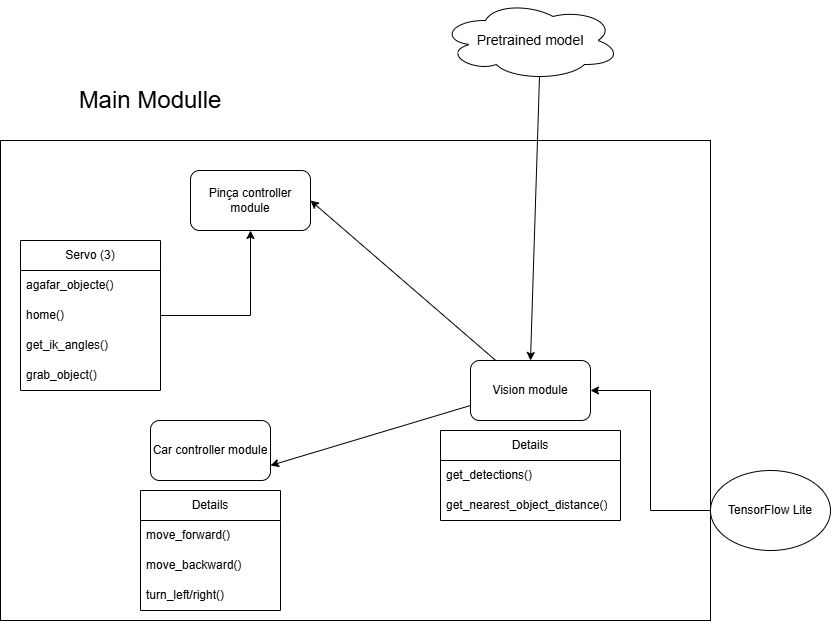
Earlier version of the draw.io export documents/Esquema_Moduls_Software.png (mPeskov23/Tentacar). Source tidied: cells renumbered, new cells last; positions are measured from the earlier drawing's top-left corner, leaving out a move shared by most shapes. The source it was exported from:
```xml
<mxGraphModel>
  <root>
    <mxCell id="0" />
    <mxCell id="1" parent="0" />
    <mxCell id="2" style="rounded=0;whiteSpace=wrap;html=1;" parent="1" vertex="1">
      <mxGeometry y="140" width="710" height="480" as="geometry" />
    </mxCell>
    <mxCell id="3" value="Car controller module" style="rounded=1;whiteSpace=wrap;html=1;" parent="1" vertex="1">
      <mxGeometry x="150" y="420" width="120" height="60" as="geometry" />
    </mxCell>
    <mxCell id="4" value="Vision module" style="rounded=1;whiteSpace=wrap;html=1;" parent="1" vertex="1">
      <mxGeometry x="470" y="360" width="120" height="60" as="geometry" />
    </mxCell>
    <mxCell id="5" value="&lt;font style=&quot;font-size: 14px;&quot;&gt;Pretrained model&lt;/font&gt;" style="ellipse;shape=cloud;whiteSpace=wrap;html=1;" parent="1" vertex="1">
      <mxGeometry x="440" width="180" height="80" as="geometry" />
    </mxCell>
    <mxCell id="6" style="endArrow=classic;html=1;rounded=0;exitX=0.55;exitY=0.95;exitDx=0;exitDy=0;exitPerimeter=0;entryX=0.5;entryY=0;entryDx=0;entryDy=0;" parent="1" edge="1" source="5" target="4">
      <mxGeometry relative="1" as="geometry" />
    </mxCell>
    <mxCell id="7" value="Pinça controller module" style="rounded=1;whiteSpace=wrap;html=1;" parent="1" vertex="1">
      <mxGeometry x="190" y="170" width="120" height="60" as="geometry" />
    </mxCell>
    <mxCell id="8" style="endArrow=classic;html=1;rounded=0;entryX=1;entryY=0.5;entryDx=0;entryDy=0;" parent="1" edge="1" source="4" target="7">
      <mxGeometry relative="1" as="geometry" />
    </mxCell>
    <mxCell id="9" style="endArrow=classic;html=1;rounded=0;entryX=1;entryY=0.75;entryDx=0;entryDy=0;exitX=0;exitY=0.75;exitDx=0;exitDy=0;" parent="1" edge="1" source="4" target="3">
      <mxGeometry relative="1" as="geometry" />
    </mxCell>
    <mxCell id="10" style="edgeStyle=orthogonalEdgeStyle;rounded=0;jettySize=auto;html=1;" parent="1" edge="1" source="11" target="7">
      <mxGeometry relative="1" as="geometry" />
    </mxCell>
    <mxCell id="11" value="Servo (3)" style="swimlane;fontStyle=0;horizontal=1;startSize=30;whiteSpace=wrap;html=1;" parent="1" vertex="1">
      <mxGeometry x="20" y="240" width="140" height="150" as="geometry" />
    </mxCell>
    <mxCell id="12" value="agafar_objecte()" style="text;strokeColor=none;fillColor=none;align=left;verticalAlign=middle;spacingLeft=4;spacingRight=4;overflow=hidden;whiteSpace=wrap;html=1;" parent="11" vertex="1">
      <mxGeometry y="30" width="140" height="30" as="geometry" />
    </mxCell>
    <mxCell id="13" value="home()" style="text;strokeColor=none;fillColor=none;align=left;verticalAlign=middle;spacingLeft=4;spacingRight=4;overflow=hidden;whiteSpace=wrap;html=1;" parent="11" vertex="1">
      <mxGeometry y="60" width="140" height="30" as="geometry" />
    </mxCell>
    <mxCell id="14" value="get_ik_angles()" style="text;strokeColor=none;fillColor=none;align=left;verticalAlign=middle;spacingLeft=4;spacingRight=4;overflow=hidden;whiteSpace=wrap;html=1;" parent="11" vertex="1">
      <mxGeometry y="90" width="140" height="30" as="geometry" />
    </mxCell>
    <mxCell id="15" value="grab_object()" style="text;strokeColor=none;fillColor=none;align=left;verticalAlign=middle;spacingLeft=4;spacingRight=4;overflow=hidden;whiteSpace=wrap;html=1;" parent="11" vertex="1">
      <mxGeometry y="120" width="140" height="30" as="geometry" />
    </mxCell>
    <mxCell id="16" value="Details" style="swimlane;fontStyle=0;horizontal=1;startSize=30;whiteSpace=wrap;html=1;" parent="1" vertex="1">
      <mxGeometry x="140" y="490" width="140" height="120" as="geometry" />
    </mxCell>
    <mxCell id="17" value="move_forward()" style="text;strokeColor=none;fillColor=none;align=left;verticalAlign=middle;spacingLeft=4;spacingRight=4;overflow=hidden;whiteSpace=wrap;html=1;" parent="16" vertex="1">
      <mxGeometry y="30" width="140" height="30" as="geometry" />
    </mxCell>
    <mxCell id="18" value="move_backward()" style="text;strokeColor=none;fillColor=none;align=left;verticalAlign=middle;spacingLeft=4;spacingRight=4;overflow=hidden;whiteSpace=wrap;html=1;" parent="16" vertex="1">
      <mxGeometry y="60" width="140" height="30" as="geometry" />
    </mxCell>
    <mxCell id="19" value="turn_left/right()" style="text;strokeColor=none;fillColor=none;align=left;verticalAlign=middle;spacingLeft=4;spacingRight=4;overflow=hidden;whiteSpace=wrap;html=1;" parent="16" vertex="1">
      <mxGeometry y="90" width="140" height="30" as="geometry" />
    </mxCell>
    <mxCell id="20" style="edgeStyle=orthogonalEdgeStyle;rounded=0;jettySize=auto;html=1;entryX=1;entryY=0.5;entryDx=0;entryDy=0;" parent="1" edge="1" source="21" target="4">
      <mxGeometry relative="1" as="geometry" />
    </mxCell>
    <mxCell id="21" value="TensorFlow Lite" style="ellipse;whiteSpace=wrap;html=1;" parent="1" vertex="1">
      <mxGeometry x="710" y="470" width="120" height="80" as="geometry" />
    </mxCell>
    <mxCell id="22" value="&lt;font style=&quot;font-size: 24px;&quot;&gt;Main Modulle&lt;/font&gt;" style="text;html=1;align=center;verticalAlign=middle;whiteSpace=wrap;rounded=0;" parent="1" vertex="1">
      <mxGeometry y="60" width="300" height="80" as="geometry" />
    </mxCell>
    <mxCell id="23" value="Details" style="swimlane;fontStyle=0;horizontal=1;startSize=30;whiteSpace=wrap;html=1;" parent="1" vertex="1">
      <mxGeometry x="440" y="430" width="180" height="90" as="geometry" />
    </mxCell>
    <mxCell id="24" value="get_detections()" style="text;strokeColor=none;fillColor=none;align=left;verticalAlign=middle;spacingLeft=4;spacingRight=4;overflow=hidden;whiteSpace=wrap;html=1;" parent="23" vertex="1">
      <mxGeometry y="30" width="180" height="30" as="geometry" />
    </mxCell>
    <mxCell id="25" value="get_nearest_object_distance()" style="text;strokeColor=none;fillColor=none;align=left;verticalAlign=middle;spacingLeft=4;spacingRight=4;overflow=hidden;whiteSpace=wrap;html=1;" parent="23" vertex="1">
      <mxGeometry y="60" width="180" height="30" as="geometry" />
    </mxCell>
  </root>
</mxGraphModel>
```
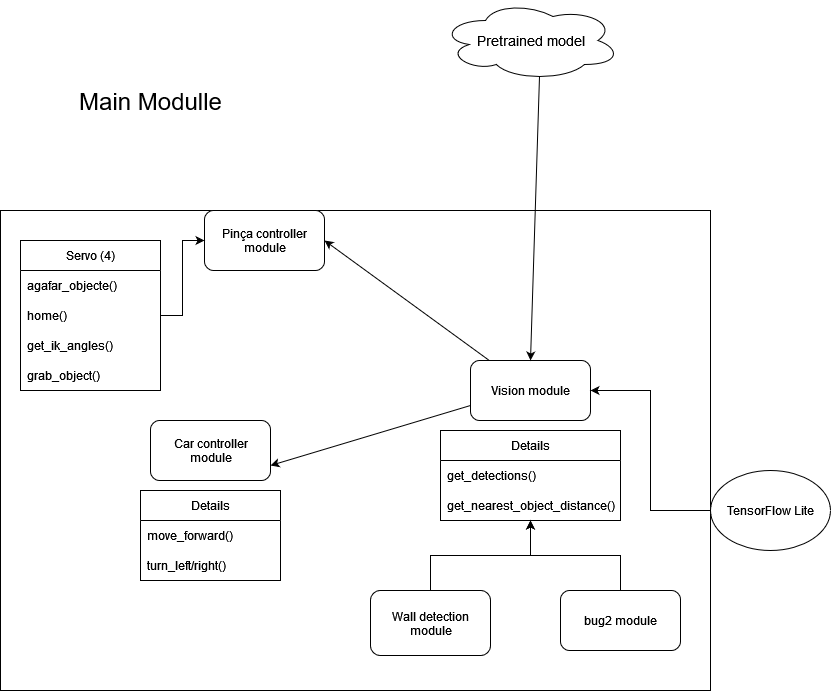
After the change.

Commit message:
software scheme update

What changed in the source:
```diff
@@ -3,7 +3,7 @@
     <mxCell id="0" />
     <mxCell id="1" parent="0" />
     <mxCell id="2" style="rounded=0;whiteSpace=wrap;html=1;" parent="1" vertex="1">
-      <mxGeometry y="140" width="710" height="480" as="geometry" />
+      <mxGeometry y="210" width="710" height="480" as="geometry" />
     </mxCell>
     <mxCell id="3" value="Car controller module" style="rounded=1;whiteSpace=wrap;html=1;" parent="1" vertex="1">
       <mxGeometry x="150" y="420" width="120" height="60" as="geometry" />
@@ -18,7 +18,7 @@
       <mxGeometry relative="1" as="geometry" />
     </mxCell>
     <mxCell id="7" value="Pinça controller module" style="rounded=1;whiteSpace=wrap;html=1;" parent="1" vertex="1">
-      <mxGeometry x="190" y="170" width="120" height="60" as="geometry" />
+      <mxGeometry x="204" y="210" width="120" height="60" as="geometry" />
     </mxCell>
     <mxCell id="8" style="endArrow=classic;html=1;rounded=0;entryX=1;entryY=0.5;entryDx=0;entryDy=0;" parent="1" edge="1" source="4" target="7">
       <mxGeometry relative="1" as="geometry" />
@@ -29,7 +29,7 @@
     <mxCell id="10" style="edgeStyle=orthogonalEdgeStyle;rounded=0;jettySize=auto;html=1;" parent="1" edge="1" source="11" target="7">
       <mxGeometry relative="1" as="geometry" />
     </mxCell>
-    <mxCell id="11" value="Servo (3)" style="swimlane;fontStyle=0;horizontal=1;startSize=30;whiteSpace=wrap;html=1;" parent="1" vertex="1">
+    <mxCell id="11" value="Servo (4)" style="swimlane;fontStyle=0;horizontal=1;startSize=30;whiteSpace=wrap;html=1;" parent="1" vertex="1">
       <mxGeometry x="20" y="240" width="140" height="150" as="geometry" />
     </mxCell>
     <mxCell id="12" value="agafar_objecte()" style="text;strokeColor=none;fillColor=none;align=left;verticalAlign=middle;spacingLeft=4;spacingRight=4;overflow=hidden;whiteSpace=wrap;html=1;" parent="11" vertex="1">
@@ -45,16 +45,13 @@
       <mxGeometry y="120" width="140" height="30" as="geometry" />
     </mxCell>
     <mxCell id="16" value="Details" style="swimlane;fontStyle=0;horizontal=1;startSize=30;whiteSpace=wrap;html=1;" parent="1" vertex="1">
-      <mxGeometry x="140" y="490" width="140" height="120" as="geometry" />
+      <mxGeometry x="140" y="490" width="140" height="90" as="geometry" />
     </mxCell>
     <mxCell id="17" value="move_forward()" style="text;strokeColor=none;fillColor=none;align=left;verticalAlign=middle;spacingLeft=4;spacingRight=4;overflow=hidden;whiteSpace=wrap;html=1;" parent="16" vertex="1">
       <mxGeometry y="30" width="140" height="30" as="geometry" />
     </mxCell>
-    <mxCell id="18" value="move_backward()" style="text;strokeColor=none;fillColor=none;align=left;verticalAlign=middle;spacingLeft=4;spacingRight=4;overflow=hidden;whiteSpace=wrap;html=1;" parent="16" vertex="1">
-      <mxGeometry y="60" width="140" height="30" as="geometry" />
-    </mxCell>
     <mxCell id="19" value="turn_left/right()" style="text;strokeColor=none;fillColor=none;align=left;verticalAlign=middle;spacingLeft=4;spacingRight=4;overflow=hidden;whiteSpace=wrap;html=1;" parent="16" vertex="1">
-      <mxGeometry y="90" width="140" height="30" as="geometry" />
+      <mxGeometry y="60" width="140" height="30" as="geometry" />
     </mxCell>
     <mxCell id="20" style="edgeStyle=orthogonalEdgeStyle;rounded=0;jettySize=auto;html=1;entryX=1;entryY=0.5;entryDx=0;entryDy=0;" parent="1" edge="1" source="21" target="4">
       <mxGeometry relative="1" as="geometry" />
@@ -74,5 +71,17 @@
     <mxCell id="25" value="get_nearest_object_distance()" style="text;strokeColor=none;fillColor=none;align=left;verticalAlign=middle;spacingLeft=4;spacingRight=4;overflow=hidden;whiteSpace=wrap;html=1;" parent="23" vertex="1">
       <mxGeometry y="60" width="180" height="30" as="geometry" />
     </mxCell>
+    <mxCell id="26" style="edgeStyle=orthogonalEdgeStyle;rounded=0;jettySize=auto;html=1;" parent="1" edge="1" source="27" target="23">
+      <mxGeometry relative="1" as="geometry" />
+    </mxCell>
+    <mxCell id="27" value="Wall detection module" style="rounded=1;whiteSpace=wrap;html=1;" parent="1" vertex="1">
+      <mxGeometry x="370" y="590" width="120" height="65" as="geometry" />
+    </mxCell>
+    <mxCell id="28" style="edgeStyle=orthogonalEdgeStyle;rounded=0;jettySize=auto;html=1;" parent="1" edge="1" source="29" target="23">
+      <mxGeometry relative="1" as="geometry" />
+    </mxCell>
+    <mxCell id="29" value="bug2 module" style="rounded=1;whiteSpace=wrap;html=1;" parent="1" vertex="1">
+      <mxGeometry x="560" y="590" width="120" height="60" as="geometry" />
+    </mxCell>
   </root>
 </mxGraphModel>
```
